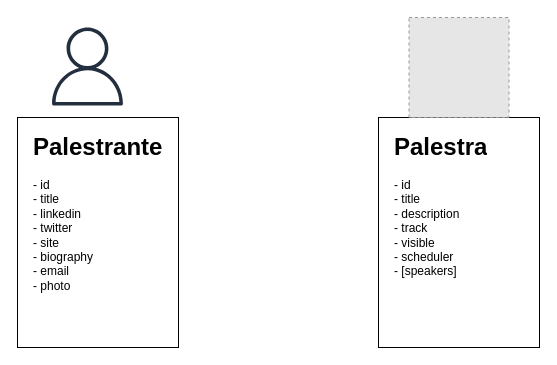
Before: MVP Conf Diagram.drawio in juucustodio/MVPConf-2020, a draw.io diagram. Source tidied: cells renumbered, new cells numbered last; positions are measured from the earlier drawing's top-left corner, leaving out a move shared by most shapes. Both pictures are drawn from the tidied source at 100%, with x=0, y=0 at pixel (17, 17). Pictures stored in the file or linked from it are replaced by grey dashed boxes.
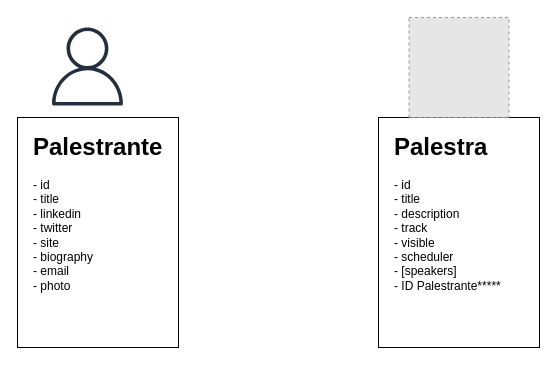
The same page after the edit.

Change to the diagram source:
```diff
@@
 <mxGraphModel>
   <root>
     <mxCell id="0" />
     <mxCell id="1" parent="0" />
     <mxCell id="2" style="fontColor=#232F3E;gradientColor=none;fillColor=#232F3E;strokeColor=none;dashed=0;verticalLabelPosition=bottom;verticalAlign=top;align=center;html=1;fontSize=12;fontStyle=0;shape=mxgraph.aws4.user;" parent="1" vertex="1">
       <mxGeometry x="31" y="10" width="78" height="78" as="geometry" />
     </mxCell>
     <mxCell id="3" style="rounded=0;whiteSpace=wrap;html=1;" parent="1" vertex="1">
       <mxGeometry y="100" width="161" height="230" as="geometry" />
     </mxCell>
     <mxCell id="4" value="&lt;h1&gt;Palestrante&lt;/h1&gt;&lt;div&gt;- id&lt;/div&gt;&lt;div&gt;- title&lt;/div&gt;&lt;div&gt;- linkedin&lt;br&gt;- twitter&lt;/div&gt;&lt;div&gt;- site&lt;/div&gt;&lt;div&gt;- biography&lt;/div&gt;&lt;div&gt;- email&lt;/div&gt;&lt;div&gt;- photo&lt;/div&gt;&lt;div&gt;&lt;br&gt;&lt;/div&gt;" style="text;html=1;strokeColor=none;fillColor=none;spacing=5;spacingTop=-20;whiteSpace=wrap;overflow=hidden;rounded=0;" parent="1" vertex="1">
       <mxGeometry x="10.5" y="110" width="140" height="180" as="geometry" />
     </mxCell>
     <mxCell id="5" style="rounded=0;whiteSpace=wrap;html=1;" parent="1" vertex="1">
       <mxGeometry x="361" y="100" width="161" height="230" as="geometry" />
     </mxCell>
     <mxCell id="6" style="fillColor=#E6E6E6;strokeColor=#999999;dashed=1;html=1;verticalAlign=top;verticalLabelPosition=bottom;labelBackgroundColor=#ffffff;" parent="1" vertex="1">
       <mxGeometry x="391.5" width="100" height="100" as="geometry" />
     </mxCell>
-    <mxCell id="7" value="&lt;h1&gt;Palestra&lt;/h1&gt;&lt;div&gt;- id&lt;/div&gt;&lt;div&gt;- title&lt;/div&gt;&lt;div&gt;-&amp;nbsp;description&lt;/div&gt;&lt;div&gt;- track&lt;/div&gt;&lt;div&gt;- visible&lt;/div&gt;&lt;div&gt;- scheduler&lt;/div&gt;&lt;div&gt;- [speakers]&lt;/div&gt;&lt;div&gt;&lt;br&gt;&lt;/div&gt;" style="text;html=1;strokeColor=none;fillColor=none;spacing=5;spacingTop=-20;whiteSpace=wrap;overflow=hidden;rounded=0;" parent="1" vertex="1">
+    <mxCell id="7" value="&lt;h1&gt;Palestra&lt;/h1&gt;&lt;div&gt;- id&lt;/div&gt;&lt;div&gt;- title&lt;/div&gt;&lt;div&gt;-&amp;nbsp;description&lt;/div&gt;&lt;div&gt;- track&lt;/div&gt;&lt;div&gt;- visible&lt;/div&gt;&lt;div&gt;- scheduler&lt;/div&gt;&lt;div&gt;- [speakers]&lt;/div&gt;&lt;div&gt;- ID Palestrante*****&lt;/div&gt;" style="text;html=1;strokeColor=none;fillColor=none;spacing=5;spacingTop=-20;whiteSpace=wrap;overflow=hidden;rounded=0;" parent="1" vertex="1">
       <mxGeometry x="371.5" y="110" width="140" height="170" as="geometry" />
     </mxCell>
   </root>
 </mxGraphModel>
```
